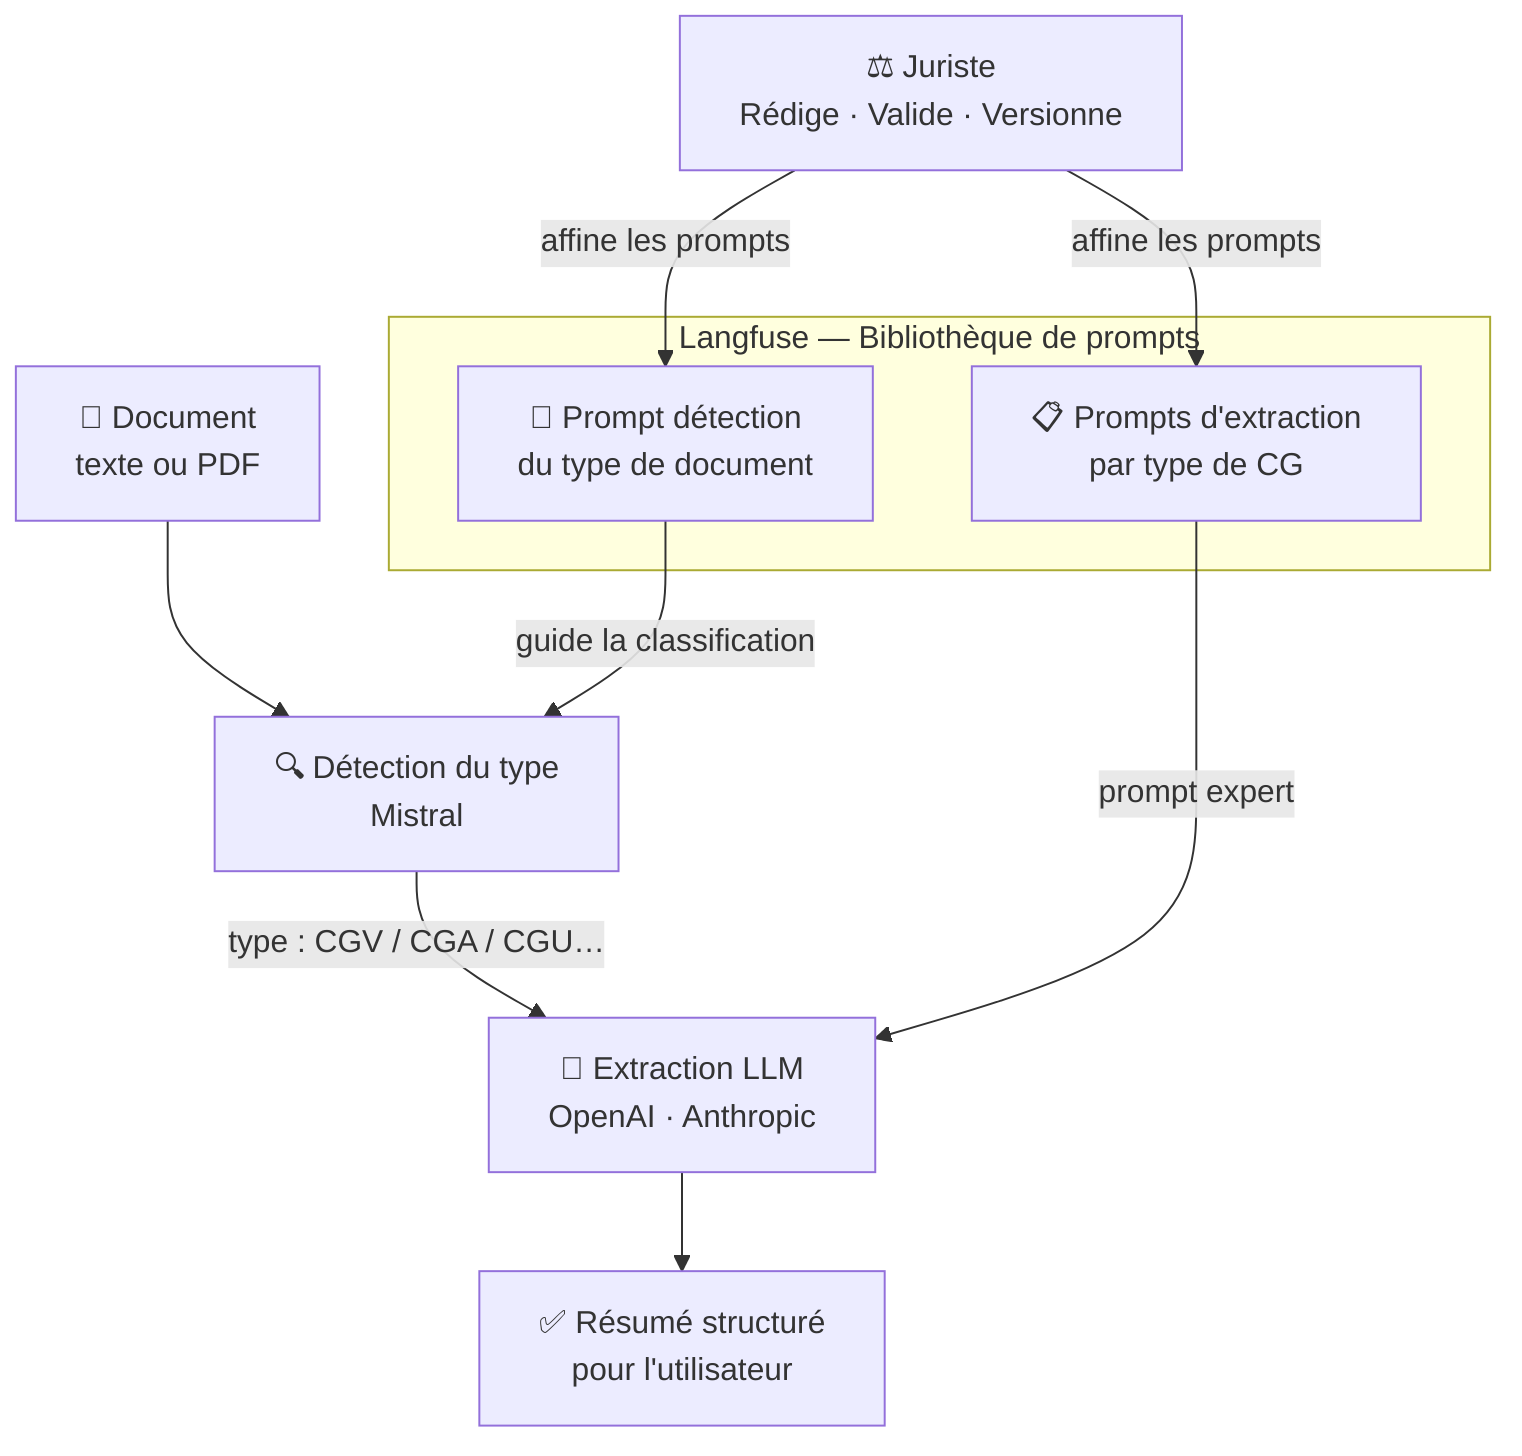
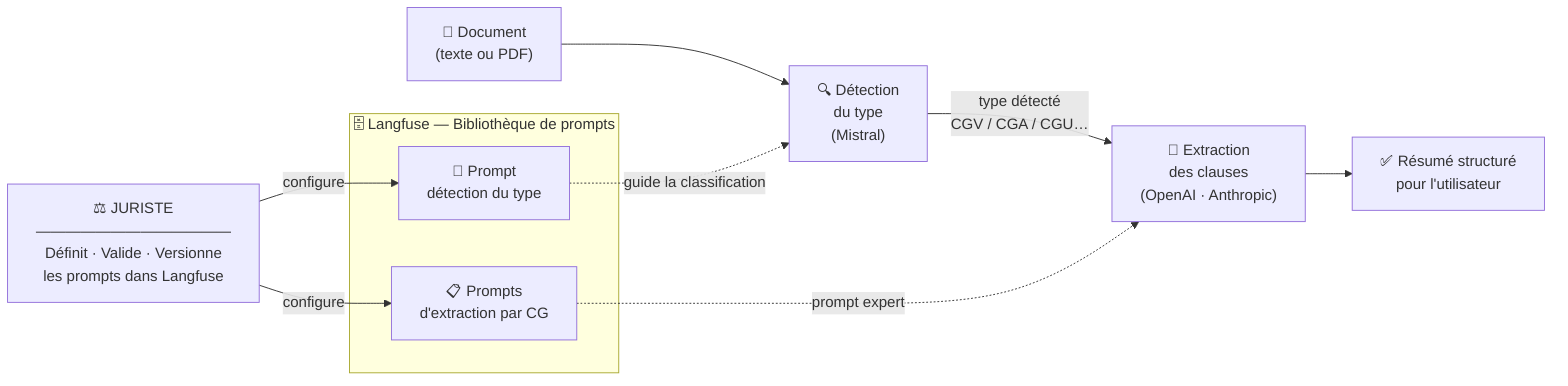
- flowchart TD
-   J["⚖️ Juriste\nRédige · Valide · Versionne"]
+ flowchart LR
+   J["⚖️ JURISTE\n―――――――――――――\nDéfinit · Valide · Versionne\nles prompts dans Langfuse"]

-   subgraph LF ["Langfuse — Bibliothèque de prompts"]
-     P1["📌 Prompt détection\ndu type de document"]
-     P2["📋 Prompts d'extraction\npar type de CG"]
+   subgraph LF["🗄️ Langfuse — Bibliothèque de prompts"]
+     PD["📌 Prompt\ndétection du type"]
+     PE["📋 Prompts\nd'extraction par CG"]
  end

-   DOC["📄 Document\ntexte ou PDF"] --> D
-   J -->|"affine les prompts"| P1
-   J -->|"affine les prompts"| P2
-   P1 -->|"guide la classification"| D["🔍 Détection du type\nMistral"]
-   D -->|"type : CGV / CGA / CGU…"| E
-   P2 -->|"prompt expert"| E["🤖 Extraction LLM\nOpenAI · Anthropic"]
-   E --> R["✅ Résumé structuré\npour l'utilisateur"]
+   J -- "configure" --> PD
+   J -- "configure" --> PE
+ 
+   DOC["📄 Document\n(texte ou PDF)"] --> DT
+ 
+   PD -. "guide la classification" .-> DT["🔍 Détection\ndu type\n(Mistral)"]
+   DT -- "type détecté\nCGV / CGA / CGU…" --> EX["🤖 Extraction\ndes clauses\n(OpenAI · Anthropic)"]
+   PE -. "prompt expert" .-> EX
+   EX --> RES["✅ Résumé structuré\npour l'utilisateur"]
